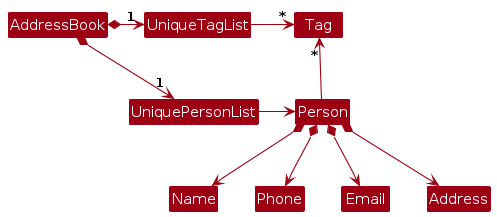
Earlier version of the PlantUML export diagrams/BetterModelClassDiagram.png (AY2627S1-CS2103T-W14-4/tp). Its source is kept beside it as diagrams/BetterModelClassDiagram.puml.
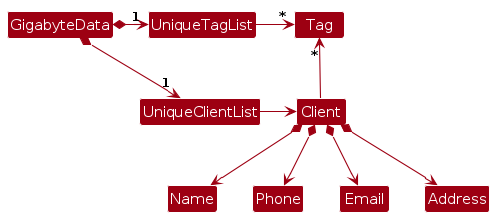
After the change.

The edit, as a diff of the source:
```diff
@@ -4,18 +4,18 @@
 skinparam arrowColor MODEL_COLOR
 skinparam classBackgroundColor MODEL_COLOR
 
-AddressBook *-right-> "1" UniquePersonList
-AddressBook *-right-> "1" UniqueTagList
-UniqueTagList -[hidden]down- UniquePersonList
-UniqueTagList -[hidden]down- UniquePersonList
+GigabyteData *-right-> "1" UniqueClientList
+GigabyteData *-right-> "1" UniqueTagList
+UniqueTagList -[hidden]down- UniqueClientList
+UniqueTagList -[hidden]down- UniqueClientList
 
 UniqueTagList -right-> "*" Tag
-UniquePersonList -right-> Person
+UniqueClientList -right-> Client
 
-Person -up-> "*" Tag
+Client -up-> "*" Tag
 
-Person *--> Name
-Person *--> Phone
-Person *--> Email
-Person *--> Address
+Client *--> Name
+Client *--> Phone
+Client *--> Email
+Client *--> Address
 @enduml
```
